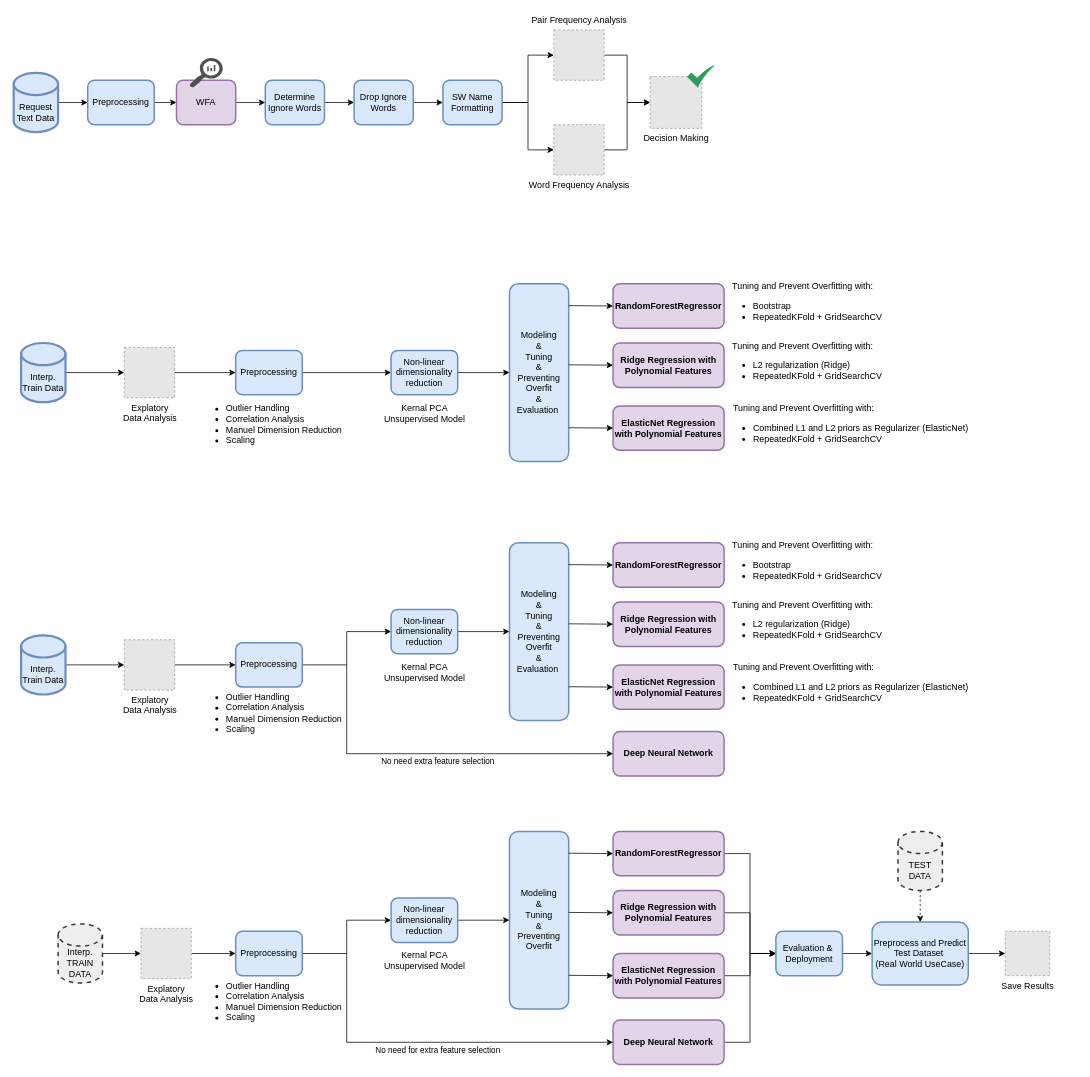
This is tprscase.drawio from EgehanEralp/diagrams, a draw.io file, before an edit. Source tidied: cells renumbered, new cells numbered last; positions are measured from the earlier drawing's top-left corner, leaving out a move shared by most shapes. Both pictures are drawn from the tidied source at 74%, with x=0, y=0 at pixel (13, 13). Pictures stored in the file or linked from it are replaced by grey dashed boxes.
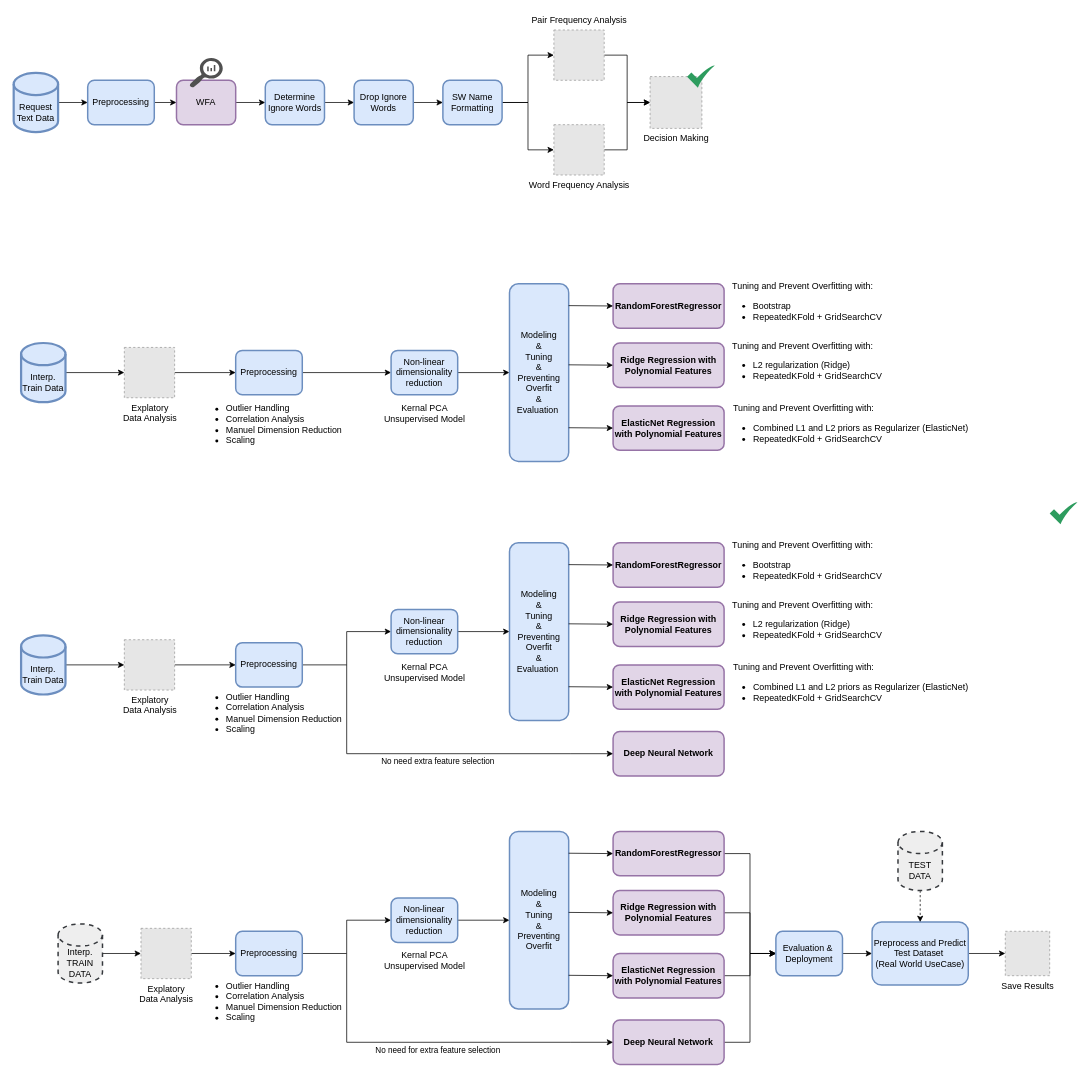
Above is the later version.

What changed in the source:
```diff
@@
+    <mxCell id="97" style="html=1;strokeColor=none;shadow=0;align=center;verticalAlign=top;fillColor=#2D9C5E;shape=mxgraph.gcp2.check;" parent="1" vertex="1">
+      <mxGeometry x="1400" y="661" width="37.5" height="30" as="geometry" />
+    </mxCell>
```
